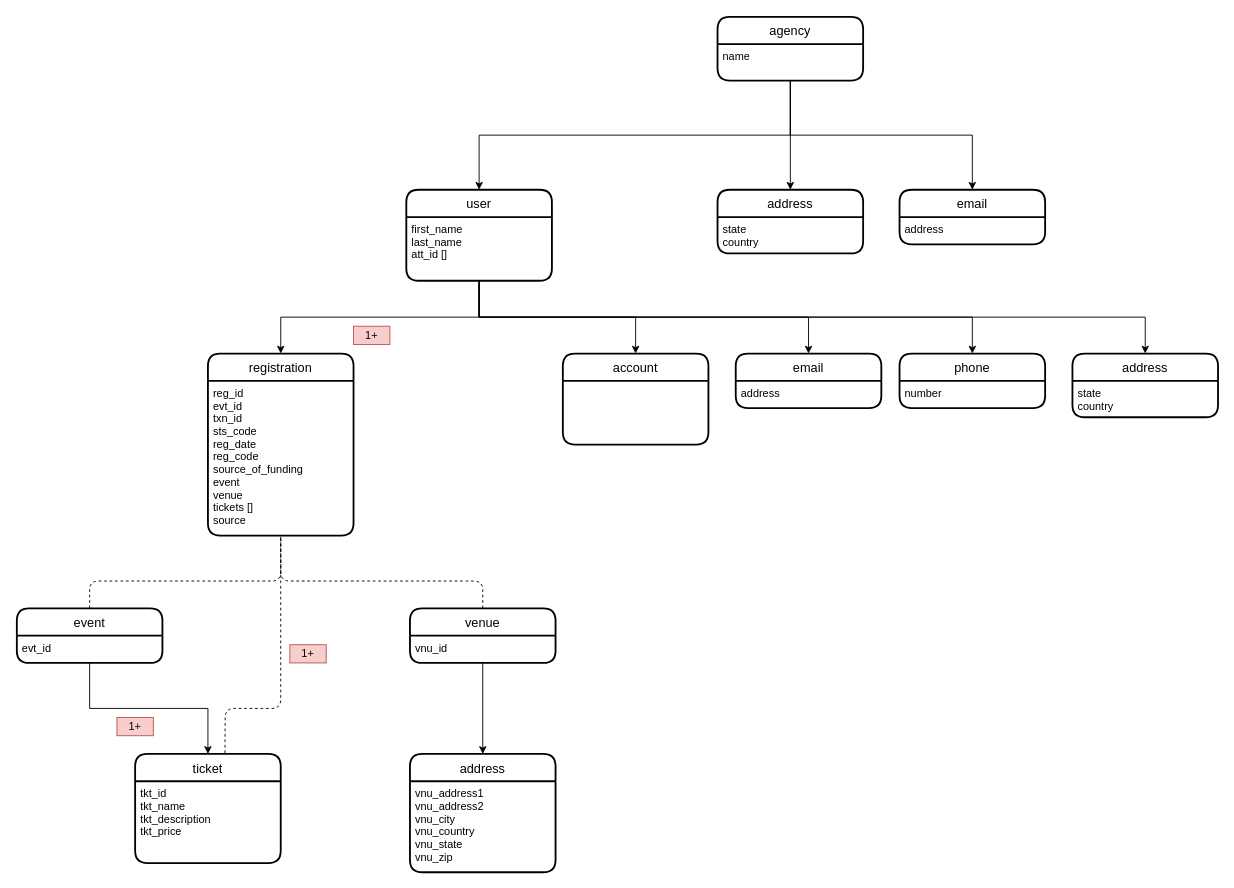
Before: street-cops-data.drawio in razaman2/diagram, a draw.io diagram. Source tidied: cells renumbered, new cells numbered last; positions are measured from the earlier drawing's top-left corner, leaving out a move shared by most shapes. Both pictures are drawn from the tidied source at 91%, with x=0, y=0 at pixel (16, 16).
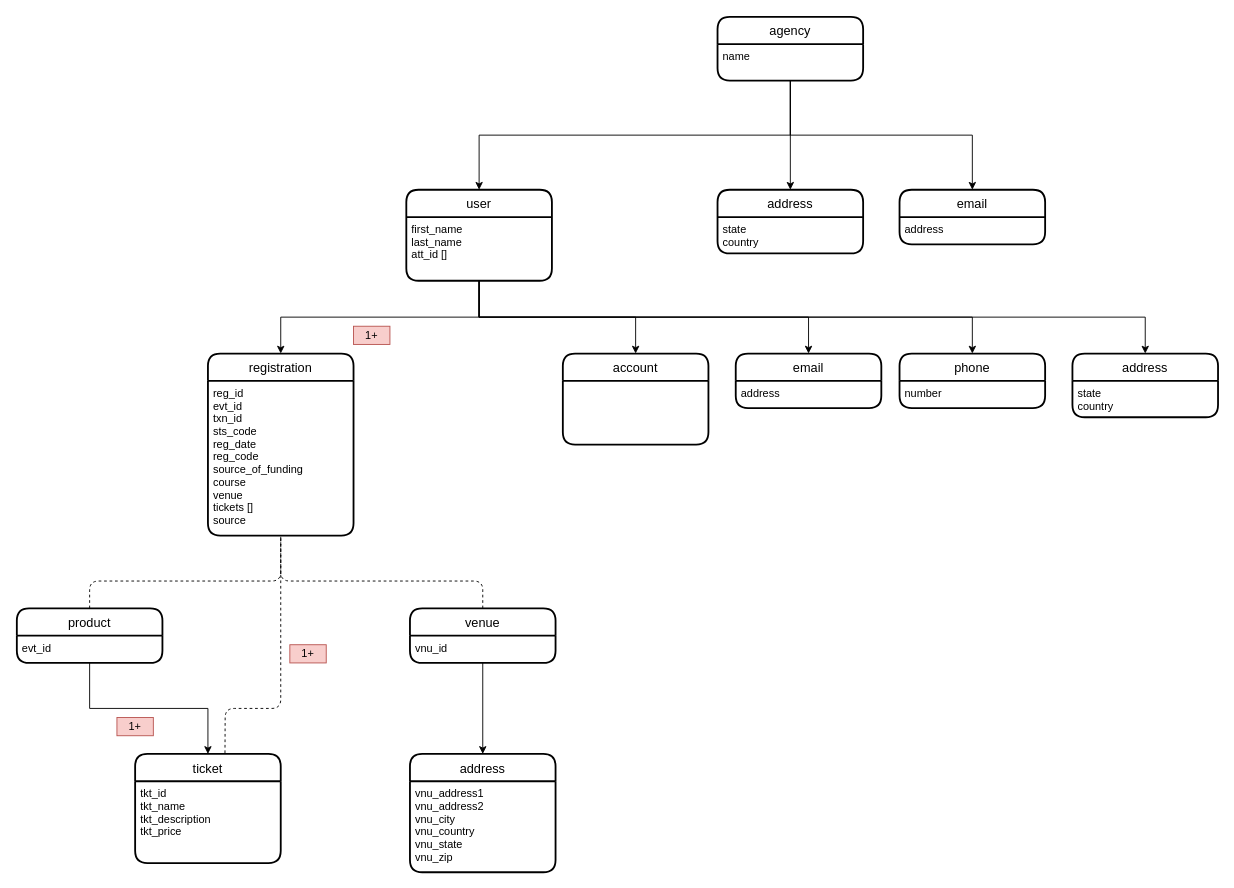
After the change.

Unchanged cells that the change refers to:
```xml
<mxCell id="25" value="registration" style="swimlane;horizontal=1;startSize=30;rounded=1;fontSize=14;fontStyle=0;strokeWidth=2;shadow=0;dashed=0;align=center;" parent="1" vertex="1">
  <mxGeometry x="210" y="370" width="160" height="200" as="geometry" />
</mxCell>
```

The edit, as a diff of the source:
```diff
@@
-    <mxCell id="26" value="reg_id&#10;evt_id&#10;txn_id&#10;sts_code&#10;reg_date&#10;reg_code&#10;source_of_funding&#10;event&#10;venue&#10;tickets []&#10;source" style="align=left;strokeColor=none;fillColor=none;spacingLeft=4;fontSize=12;verticalAlign=top;" parent="25" vertex="1">
+    <mxCell id="26" value="reg_id&#10;evt_id&#10;txn_id&#10;sts_code&#10;reg_date&#10;reg_code&#10;source_of_funding&#10;course&#10;venue&#10;tickets []&#10;source" style="align=left;strokeColor=none;fillColor=none;spacingLeft=4;fontSize=12;verticalAlign=top;" parent="25" vertex="1">
       <mxGeometry y="30" width="160" height="170" as="geometry" />
     </mxCell>
@@
-    <mxCell id="30" value="event" style="swimlane;horizontal=1;startSize=30;rounded=1;fontSize=14;fontStyle=0;strokeWidth=2;shadow=0;dashed=0;align=center;" parent="1" vertex="1">
+    <mxCell id="30" value="product" style="swimlane;horizontal=1;startSize=30;rounded=1;fontSize=14;fontStyle=0;strokeWidth=2;shadow=0;dashed=0;align=center;" parent="1" vertex="1">
       <mxGeometry y="650" width="160" height="60" as="geometry" />
     </mxCell>
```
